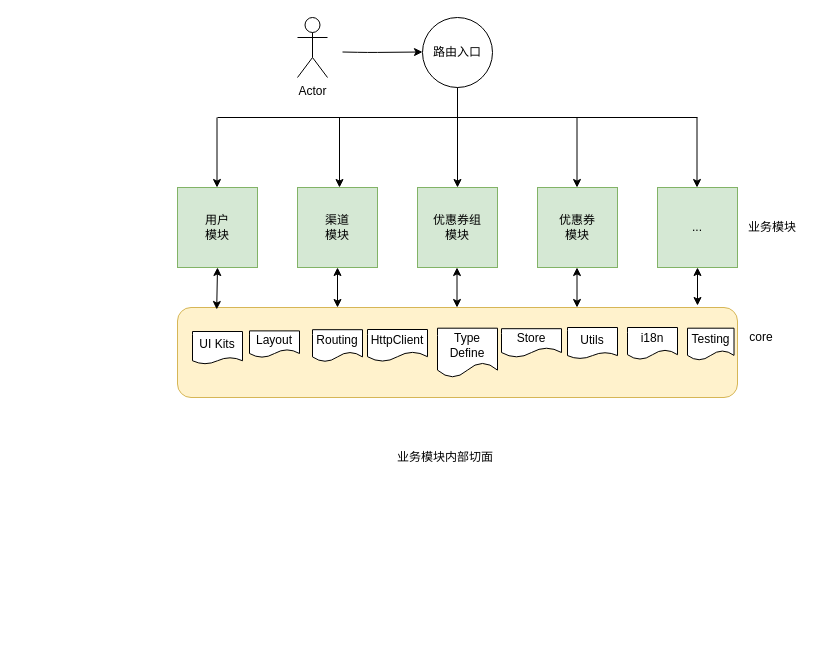
Before: Untitled Diagram.drawio in lilugirl/3d-card-effect, a draw.io diagram. Source tidied: cells renumbered, new cells numbered last; positions are measured from the earlier drawing's top-left corner, leaving out a move shared by most shapes. Both pictures are drawn from the tidied source at 100%, with x=0, y=0 at pixel (177, 17).
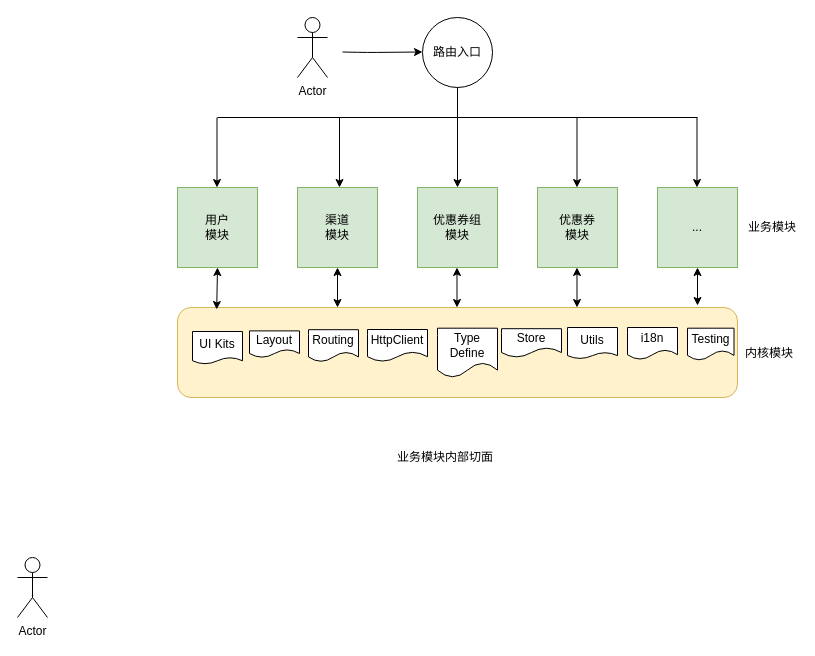
The same diagram, later.

What changed in the source:
```diff
@@
     <mxCell id="19" value="Routing" style="shape=document;whiteSpace=wrap;html=1;boundedLbl=1;" parent="1" vertex="1">
-      <mxGeometry x="135" y="312.2" width="50" height="32" as="geometry" />
+      <mxGeometry x="131" y="312.2" width="50" height="32" as="geometry" />
     </mxCell>
@@
-    <mxCell id="32" value="core" style="text;html=1;strokeColor=none;fillColor=none;align=center;verticalAlign=middle;whiteSpace=wrap;rounded=0;" parent="1" vertex="1">
-      <mxGeometry x="559" y="310" width="50" height="20" as="geometry" />
+    <mxCell id="32" value="内核模块" style="text;html=1;strokeColor=none;fillColor=none;align=center;verticalAlign=middle;whiteSpace=wrap;rounded=0;" parent="1" vertex="1">
+      <mxGeometry x="567" y="326" width="50" height="20" as="geometry" />
     </mxCell>
@@
+    <mxCell id="35" value="Actor" style="shape=umlActor;verticalLabelPosition=bottom;verticalAlign=top;html=1;" parent="1" vertex="1">
+      <mxGeometry x="-160" y="540" width="30" height="60" as="geometry" />
+    </mxCell>
```
